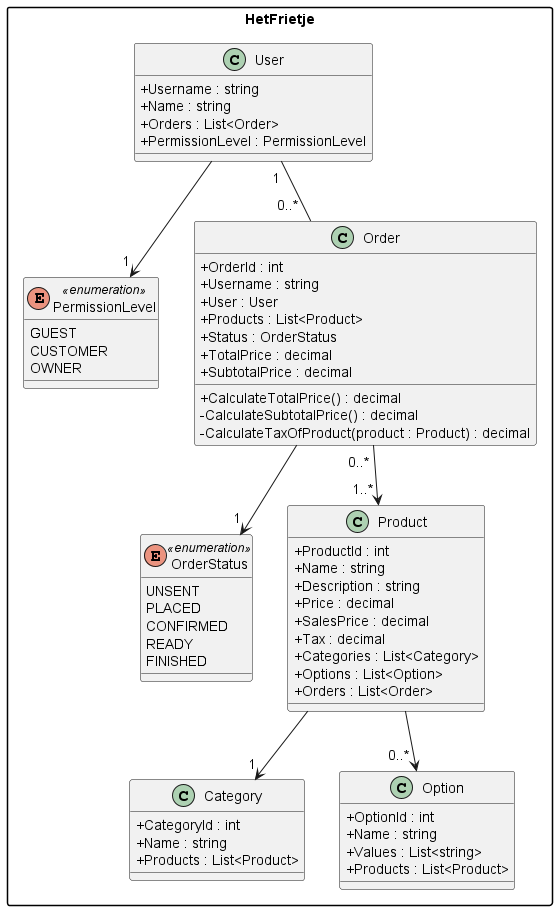
Before: Documenten/class digram/HetFrietje.png, a diagram exported from PlantUML (BasVanSch1/HetFrietje).
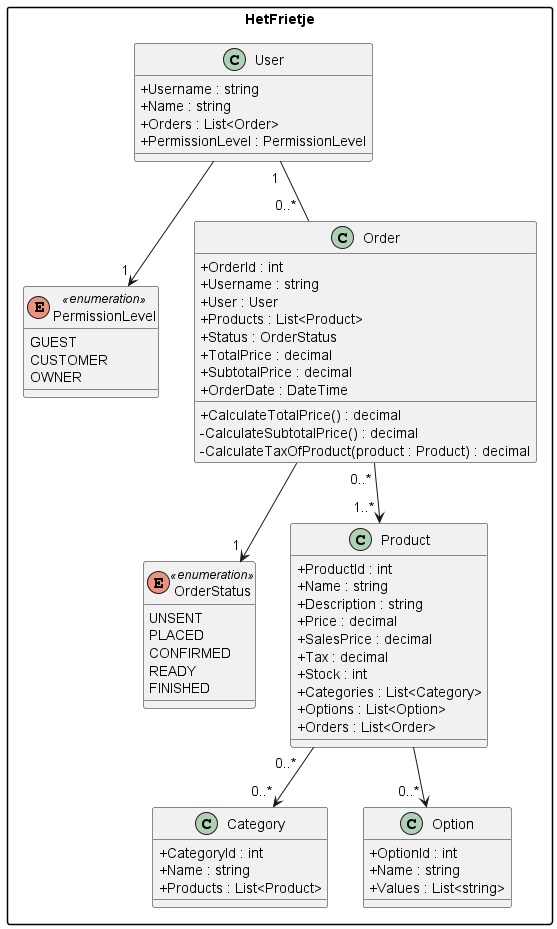
The same file after the commit.

What changed in the source:
```diff
@@ -32,6 +32,7 @@
         + Status : OrderStatus
         + TotalPrice : decimal
         + SubtotalPrice : decimal
+        + OrderDate : DateTime
 
         + CalculateTotalPrice() : decimal
         - CalculateSubtotalPrice() : decimal
@@ -45,6 +46,7 @@
         + Price : decimal
         + SalesPrice : decimal
         + Tax : decimal
+        + Stock : int
         + Categories : List<Category>
         + Options : List<Option>
         + Orders : List<Order>
@@ -60,7 +62,6 @@
         + OptionId : int
         + Name : string
         + Values : List<string>
-        + Products : List<Product>
     }
 
     User "1 " -- "0..*  " Order
@@ -69,7 +70,7 @@
     Order "0..* " -->  "1..* " Product
     Order --> "1 " OrderStatus
 
-    Product --> "1 " Category
+    Product "0..*   " --> "0..* " Category
     Product --> "0..* " Option
 }
 
```
